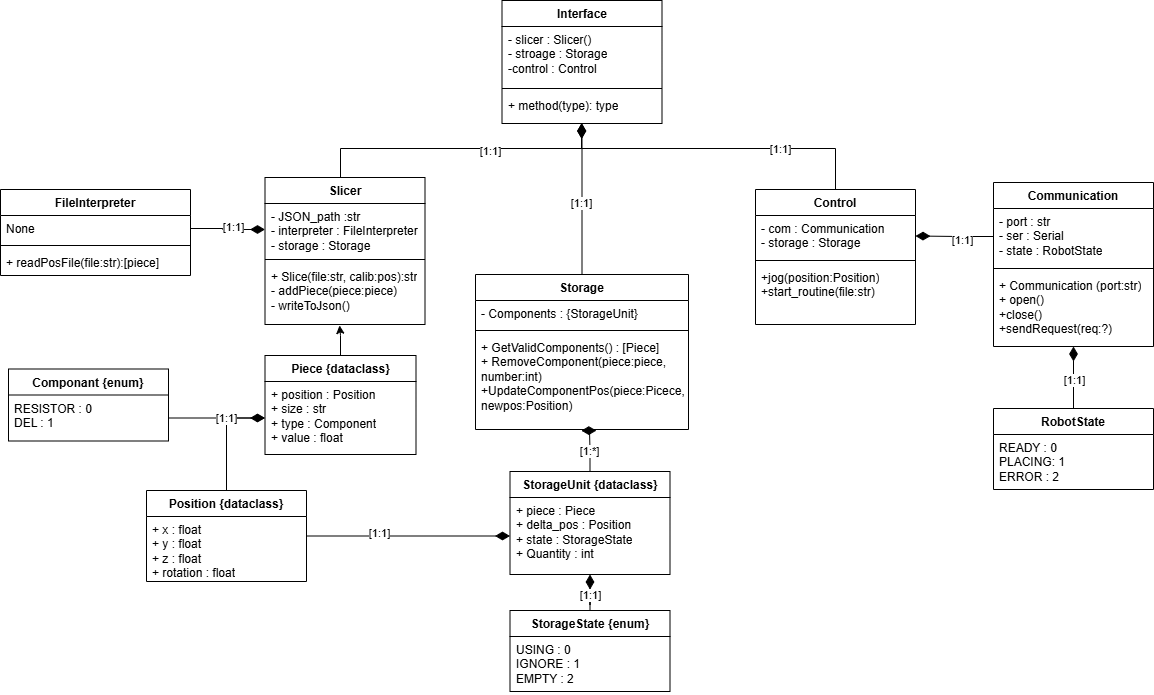
This is HMI/doc/UML.png from GabrielD98/PickUS_and_PlacUS, a draw.io export, as it was before one commit. Source tidied: cells renumbered, new cells last; positions are measured from the earlier drawing's top-left corner, leaving out a move shared by most shapes.
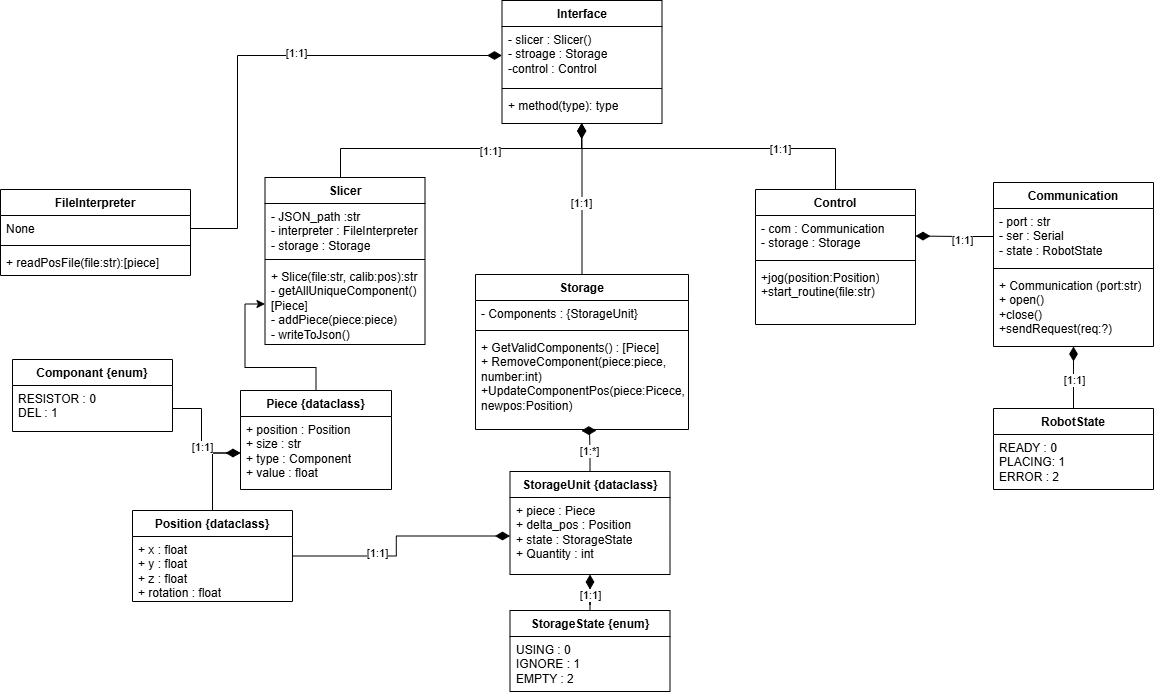
The same file after the commit.

Diff of the diagram source:
```diff
@@ -40,7 +40,7 @@
       </mxGeometry>
     </mxCell>
     <mxCell id="12" value="Slicer" style="swimlane;fontStyle=1;align=center;verticalAlign=top;horizontal=1;startSize=26;whiteSpace=wrap;html=1;" parent="1" vertex="1">
-      <mxGeometry x="264.5" y="177" width="160" height="147" as="geometry" />
+      <mxGeometry x="264.5" y="177" width="160" height="167" as="geometry" />
     </mxCell>
     <mxCell id="13" value="- JSON_path :str&lt;div&gt;- interpreter : FileInterpreter&lt;/div&gt;&lt;div&gt;- storage : Storage&lt;/div&gt;" style="text;strokeColor=none;fillColor=none;align=left;verticalAlign=top;spacingLeft=4;spacingRight=4;overflow=hidden;points=[[0,0.5],[1,0.5]];portConstraint=eastwest;whiteSpace=wrap;html=1;" parent="12" vertex="1">
       <mxGeometry y="26" width="160" height="52" as="geometry" />
@@ -48,14 +48,14 @@
     <mxCell id="14" style="line;strokeWidth=1;fillColor=none;align=left;verticalAlign=middle;spacingTop=-1;spacingLeft=3;spacingRight=3;labelPosition=right;strokeColor=inherit;" parent="12" vertex="1">
       <mxGeometry y="78" width="160" height="8" as="geometry" />
     </mxCell>
-    <mxCell id="15" value="&lt;div&gt;+ Slice(file:str, calib:pos):str&lt;/div&gt;&lt;div&gt;- addPiece(piece:piece)&lt;/div&gt;&lt;div&gt;- writeToJson()&lt;/div&gt;" style="text;strokeColor=none;fillColor=none;align=left;verticalAlign=top;spacingLeft=4;spacingRight=4;overflow=hidden;points=[[0,0.5],[1,0.5]];portConstraint=eastwest;whiteSpace=wrap;html=1;" parent="12" vertex="1">
-      <mxGeometry y="86" width="160" height="61" as="geometry" />
+    <mxCell id="15" value="&lt;div&gt;+ Slice(file:str, calib:pos):str&lt;/div&gt;&lt;div&gt;- getAllUniqueComponent() [Piece]&lt;/div&gt;&lt;div&gt;- addPiece(piece:piece)&lt;/div&gt;&lt;div&gt;- writeToJson()&lt;/div&gt;" style="text;strokeColor=none;fillColor=none;align=left;verticalAlign=top;spacingLeft=4;spacingRight=4;overflow=hidden;points=[[0,0.5],[1,0.5]];portConstraint=eastwest;whiteSpace=wrap;html=1;" parent="12" vertex="1">
+      <mxGeometry y="86" width="160" height="81" as="geometry" />
     </mxCell>
-    <mxCell id="16" style="edgeStyle=orthogonalEdgeStyle;rounded=0;jettySize=auto;html=1;entryX=0.466;entryY=1.015;entryDx=0;entryDy=0;entryPerimeter=0;" parent="1" edge="1" source="17" target="15">
+    <mxCell id="16" style="edgeStyle=orthogonalEdgeStyle;rounded=0;jettySize=auto;html=1;" parent="1" edge="1" source="17" target="15">
       <mxGeometry relative="1" as="geometry" />
     </mxCell>
     <mxCell id="17" value="Piece {dataclass}" style="swimlane;fontStyle=1;align=center;verticalAlign=top;horizontal=1;startSize=26;whiteSpace=wrap;html=1;" parent="1" vertex="1">
-      <mxGeometry x="264.5" y="355" width="151" height="99" as="geometry" />
+      <mxGeometry x="240" y="390" width="151" height="99" as="geometry" />
     </mxCell>
     <mxCell id="18" value="+ position : Position&lt;div&gt;+ size : str&lt;/div&gt;&lt;div&gt;+ type : Component&lt;/div&gt;&lt;div&gt;+ value : float&lt;/div&gt;" style="text;strokeColor=none;fillColor=none;align=left;verticalAlign=top;spacingLeft=4;spacingRight=4;overflow=hidden;points=[[0,0.5],[1,0.5]];portConstraint=eastwest;whiteSpace=wrap;html=1;" parent="17" vertex="1">
       <mxGeometry y="26" width="151" height="73" as="geometry" />
@@ -70,13 +70,13 @@
       <mxGeometry x="-0.3" y="3" relative="1" as="geometry" />
     </mxCell>
     <mxCell id="22" value="Position {dataclass}" style="swimlane;fontStyle=1;align=center;verticalAlign=top;horizontal=1;startSize=26;whiteSpace=wrap;html=1;" parent="1" vertex="1">
-      <mxGeometry x="146" y="490" width="160" height="91" as="geometry" />
+      <mxGeometry x="132" y="510" width="160" height="91" as="geometry" />
     </mxCell>
     <mxCell id="23" value="+ x : float&lt;div&gt;+ y : float&lt;/div&gt;&lt;div&gt;+ z : float&lt;/div&gt;&lt;div&gt;+ rotation : float&lt;/div&gt;" style="text;strokeColor=none;fillColor=none;align=left;verticalAlign=top;spacingLeft=4;spacingRight=4;overflow=hidden;whiteSpace=wrap;html=1;" parent="22" vertex="1">
       <mxGeometry y="26" width="160" height="65" as="geometry" />
     </mxCell>
     <mxCell id="24" value="Componant {enum}" style="swimlane;fontStyle=1;align=center;verticalAlign=top;horizontal=1;startSize=26;whiteSpace=wrap;html=1;" parent="1" vertex="1">
-      <mxGeometry x="8" y="368.5" width="160" height="72" as="geometry" />
+      <mxGeometry x="12" y="359" width="160" height="72" as="geometry" />
     </mxCell>
     <mxCell id="25" value="RESISTOR : 0&lt;div&gt;DEL : 1&lt;br&gt;&lt;div&gt;&lt;br&gt;&lt;/div&gt;&lt;/div&gt;" style="text;strokeColor=none;fillColor=none;align=left;verticalAlign=top;spacingLeft=4;spacingRight=4;overflow=hidden;points=[[0,0.5],[1,0.5]];portConstraint=eastwest;whiteSpace=wrap;html=1;" parent="24" vertex="1">
       <mxGeometry y="26" width="160" height="46" as="geometry" />
@@ -191,8 +191,13 @@
     <mxCell id="57" value="[1:1]" style="edgeLabel;html=1;align=center;verticalAlign=middle;" parent="56" vertex="1">
       <mxGeometry x="-0.17" y="3" relative="1" as="geometry" />
     </mxCell>
-    <mxCell id="58" style="edgeStyle=orthogonalEdgeStyle;rounded=0;jettySize=auto;html=1;entryX=0;entryY=0.5;entryDx=0;entryDy=0;endArrow=diamondThin;endFill=1;startSize=12;endSize=12;" parent="1" edge="1" source="7" target="13">
-      <mxGeometry relative="1" as="geometry" />
+    <mxCell id="58" style="edgeStyle=orthogonalEdgeStyle;rounded=0;jettySize=auto;html=1;entryX=0;entryY=0.5;entryDx=0;entryDy=0;endArrow=diamondThin;endFill=1;startSize=12;endSize=12;" parent="1" edge="1" source="7" target="3">
+      <mxGeometry relative="1" as="geometry">
+        <Array as="points">
+          <mxPoint x="237" y="228" />
+          <mxPoint x="237" y="55" />
+        </Array>
+      </mxGeometry>
     </mxCell>
     <mxCell id="59" value="[1:1]" style="edgeLabel;html=1;align=center;verticalAlign=middle;" parent="58" vertex="1">
       <mxGeometry x="0.15" y="3" relative="1" as="geometry" />
```
